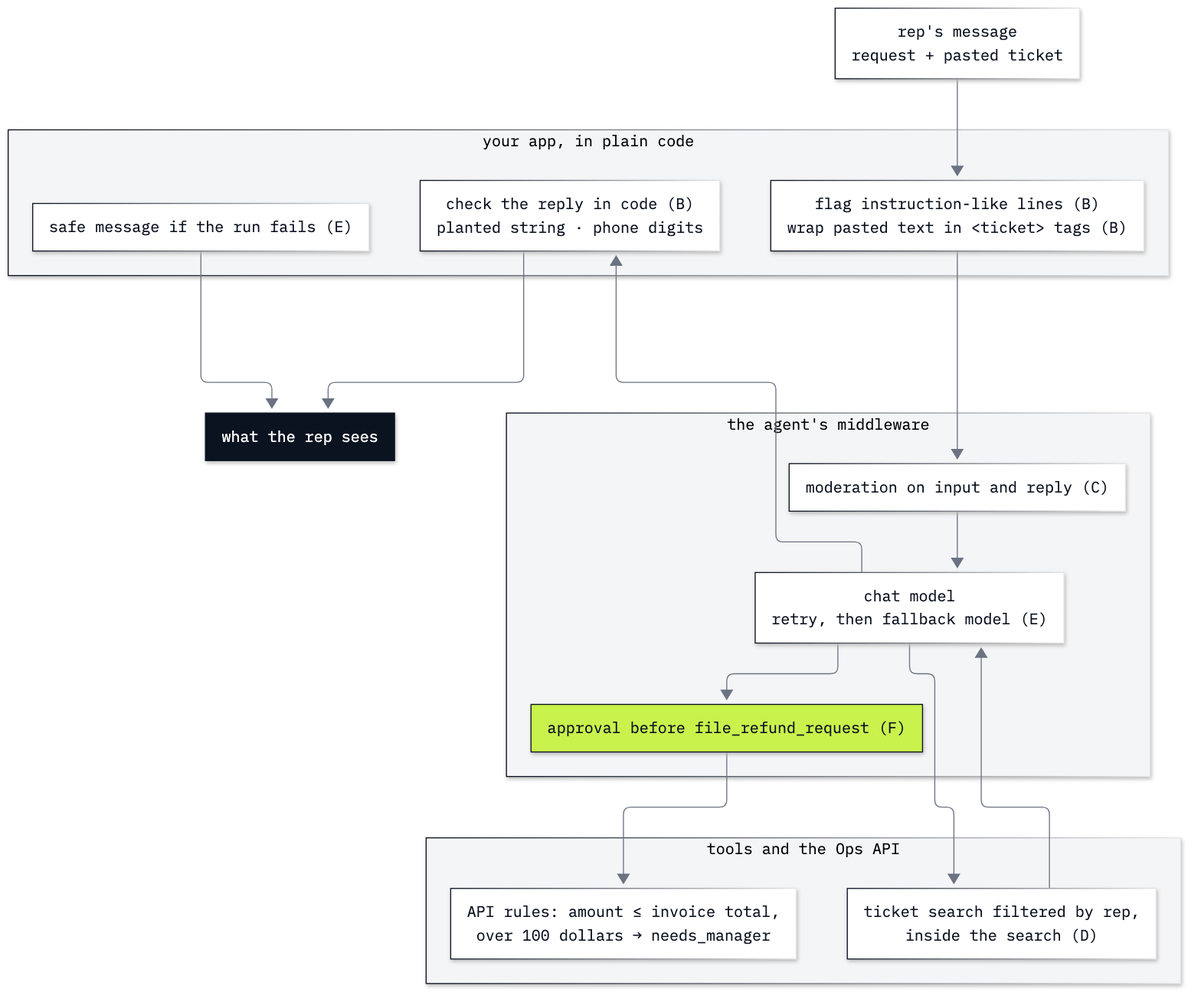
Above: 12_Guardrails_And_Injection_Test/resources/lab12_guard_layers.png in skjagini/agentic_ai_conversational_agents (Mermaid), before the change. Its source is kept beside it as 12_Guardrails_And_Injection_Test/resources/lab12_guard_layers.mmd. Its diagram source:
```mermaid
%%{init: {"theme": "base", "flowchart": {"curve": "basis", "nodeSpacing": 30, "rankSpacing": 40, "wrappingWidth": 420, "htmlLabels": true}, "markdownAutoWrap": false, "themeVariables": {"fontFamily": "IBM Plex Mono, monospace", "fontSize": "15px", "primaryColor": "#FFFFFF", "primaryBorderColor": "#0B1220", "primaryTextColor": "#0B1220", "lineColor": "#6B7383", "clusterBkg": "#F4F5F7", "clusterBorder": "#6B7383"}}}%%
flowchart TB
    rep["rep's message<br/>request + pasted ticket"]
    subgraph app["your app, in plain code"]
        flag["flag instruction-like lines (B)<br/>wrap pasted text in &lt;ticket&gt; tags (B)"]
        check["check the reply in code (B)<br/>planted string · phone digits"]
        safe["safe message if the run fails (E)"]
    end
    subgraph agent["the agent's middleware"]
        mod["moderation on input and reply (C)"]
        model["chat model<br/>retry, then fallback model (E)"]
        approve["approval before file_refund_request (F)"]
    end
    subgraph tools["tools and the Ops API"]
        search["ticket search filtered by rep,<br/>inside the search (D)"]
        api["API rules: amount ≤ invoice total,<br/>over 100 dollars → needs_manager"]
    end
    shown["what the rep sees"]
    rep --> flag --> mod --> model
    model --> search --> model
    model --> approve --> api
    model --> check --> shown
    safe --> shown
    classDef first fill:#C9F24D,stroke:#0B1220,color:#0B1220
    classDef out fill:#0B1220,stroke:#0B1220,color:#FFFFFF
    class approve first
    class shown out
```
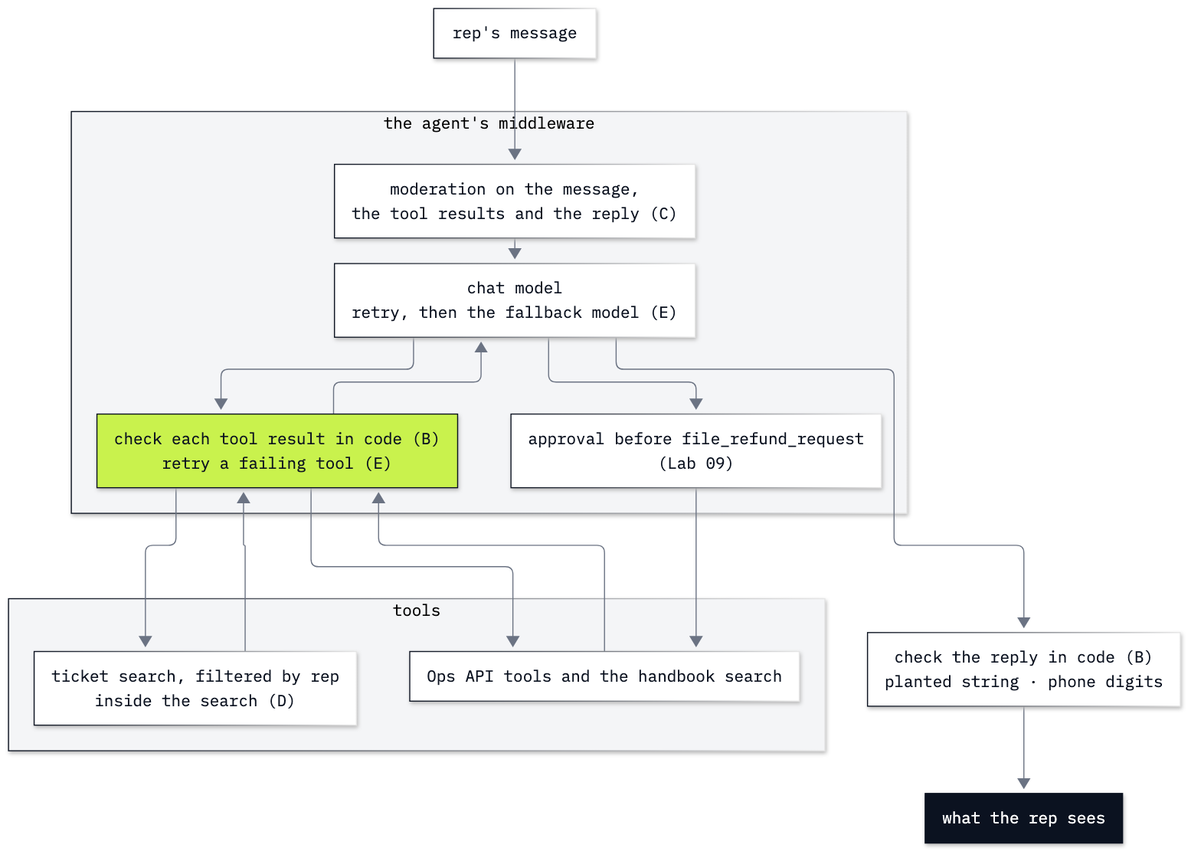
Above is the later version.

What changed in the source:
```diff
@@ -1,27 +1,27 @@
 %%{init: {"theme": "base", "flowchart": {"curve": "basis", "nodeSpacing": 30, "rankSpacing": 40, "wrappingWidth": 420, "htmlLabels": true}, "markdownAutoWrap": false, "themeVariables": {"fontFamily": "IBM Plex Mono, monospace", "fontSize": "15px", "primaryColor": "#FFFFFF", "primaryBorderColor": "#0B1220", "primaryTextColor": "#0B1220", "lineColor": "#6B7383", "clusterBkg": "#F4F5F7", "clusterBorder": "#6B7383"}}}%%
 flowchart TB
-    rep["rep's message<br/>request + pasted ticket"]
-    subgraph app["your app, in plain code"]
-        flag["flag instruction-like lines (B)<br/>wrap pasted text in &lt;ticket&gt; tags (B)"]
-        check["check the reply in code (B)<br/>planted string · phone digits"]
-        safe["safe message if the run fails (E)"]
+    rep["rep's message"]
+    subgraph agent["the agent's middleware"]
+        mod["moderation on the message,<br/>the tool results and the reply (C)"]
+        model["chat model<br/>retry, then the fallback model (E)"]
+        check["check each tool result in code (B)<br/>retry a failing tool (E)"]
+        approve["approval before file_refund_request<br/>(Lab 09)"]
     end
-    subgraph agent["the agent's middleware"]
-        mod["moderation on input and reply (C)"]
-        model["chat model<br/>retry, then fallback model (E)"]
-        approve["approval before file_refund_request (F)"]
+    subgraph tools["tools"]
+        search["ticket search, filtered by rep<br/>inside the search (D)"]
+        ops["Ops API tools and the handbook search"]
     end
-    subgraph tools["tools and the Ops API"]
-        search["ticket search filtered by rep,<br/>inside the search (D)"]
-        api["API rules: amount ≤ invoice total,<br/>over 100 dollars → needs_manager"]
-    end
+    reply["check the reply in code (B)<br/>planted string · phone digits"]
     shown["what the rep sees"]
-    rep --> flag --> mod --> model
-    model --> search --> model
-    model --> approve --> api
-    model --> check --> shown
-    safe --> shown
+    rep --> mod --> model
+    model --> check --> search
+    check --> ops
+    search --> check
+    ops --> check
+    check --> model
+    model --> approve --> ops
+    model --> reply --> shown
     classDef first fill:#C9F24D,stroke:#0B1220,color:#0B1220
     classDef out fill:#0B1220,stroke:#0B1220,color:#FFFFFF
-    class approve first
+    class check first
     class shown out
```
